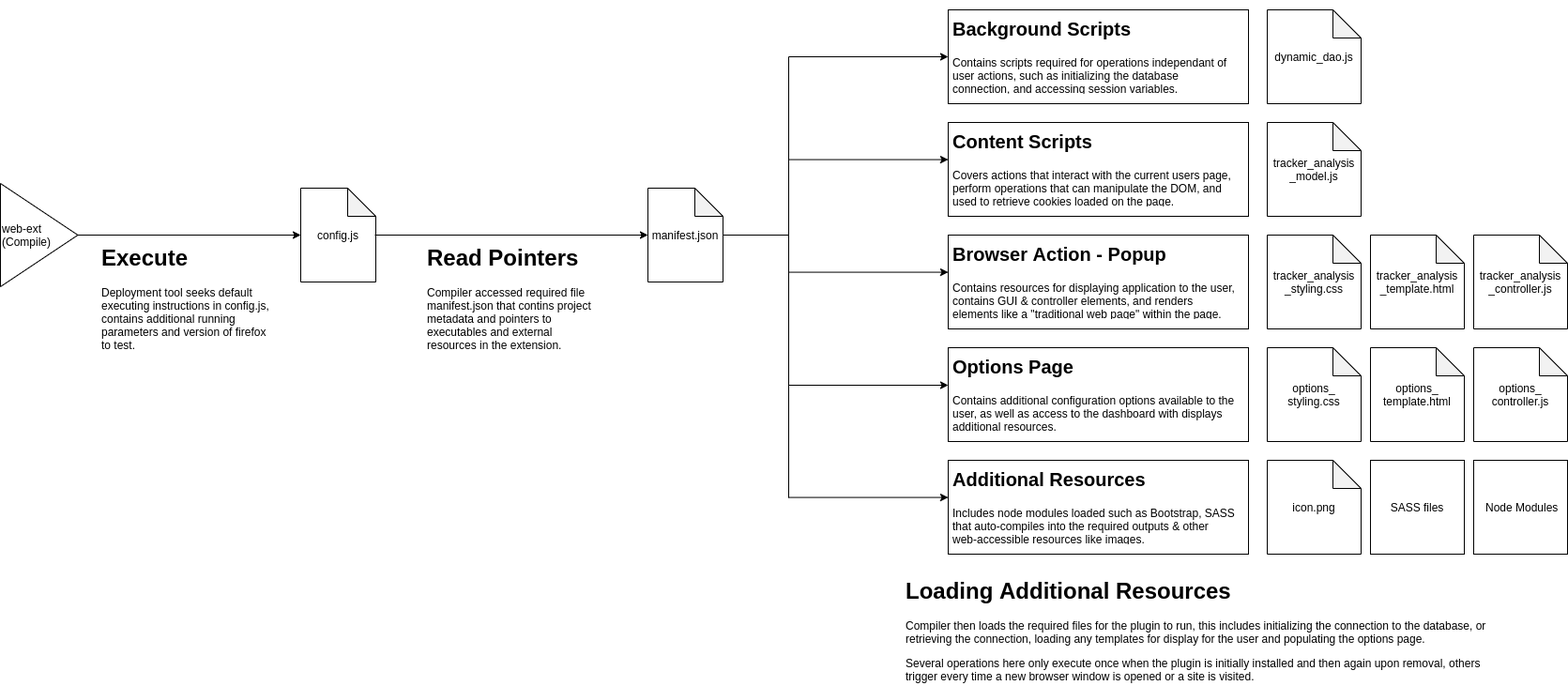
19ATF72/Telemetry-Analysis keeps this draw.io diagram as documentation/System-Overview/TA-Project-Overview.png. Above is the earlier version. Source tidied: cells renumbered, new cells last; positions are measured from the earlier drawing's top-left corner, leaving out a move shared by most shapes. Its diagram source:
```xml
<mxGraphModel>
  <root>
    <mxCell id="0" />
    <mxCell id="1" parent="0" />
    <mxCell id="2" value="manifest.json" style="shape=note;whiteSpace=wrap;html=1;backgroundOutline=1;darkOpacity=0.05;" parent="1" vertex="1">
      <mxGeometry x="690" y="190" width="80" height="100" as="geometry" />
    </mxCell>
    <mxCell id="3" value="config.js" style="shape=note;whiteSpace=wrap;html=1;backgroundOutline=1;darkOpacity=0.05;" parent="1" vertex="1">
      <mxGeometry x="320" y="190" width="80" height="100" as="geometry" />
    </mxCell>
    <mxCell id="4" value="web-ext&lt;br&gt;(Compile)" style="triangle;whiteSpace=wrap;html=1;align=left;" parent="1" vertex="1">
      <mxGeometry y="185" width="82.5" height="110" as="geometry" />
    </mxCell>
    <mxCell id="5" style="endArrow=classic;html=1;exitX=1;exitY=0.5;exitDx=0;exitDy=0;entryX=0;entryY=0.5;entryDx=0;entryDy=0;entryPerimeter=0;" parent="1" edge="1" source="4" target="3">
      <mxGeometry relative="1" as="geometry" />
    </mxCell>
    <mxCell id="6" value="&lt;h1&gt;Execute&lt;/h1&gt;&lt;div&gt;Deployment tool seeks default executing instructions in config.js, contains additional running parameters and version of firefox to test.&lt;/div&gt;&lt;div&gt;&lt;br&gt;&lt;/div&gt;" style="text;html=1;strokeColor=none;fillColor=none;spacing=5;spacingTop=-20;whiteSpace=wrap;overflow=hidden;rounded=0;" parent="1" vertex="1">
      <mxGeometry x="103" y="245" width="190" height="120" as="geometry" />
    </mxCell>
    <mxCell id="7" style="endArrow=classic;html=1;exitX=0.988;exitY=0.5;exitDx=0;exitDy=0;exitPerimeter=0;entryX=0;entryY=0.5;entryDx=0;entryDy=0;entryPerimeter=0;" parent="1" edge="1" source="3" target="2">
      <mxGeometry relative="1" as="geometry" />
    </mxCell>
    <mxCell id="8" value="&lt;h1&gt;Read Pointers&lt;/h1&gt;&lt;p&gt;Compiler accessed required file manifest.json that contins project metadata and pointers to executables and external resources in the extension.&lt;/p&gt;" style="text;html=1;strokeColor=none;fillColor=none;spacing=5;spacingTop=-20;whiteSpace=wrap;overflow=hidden;rounded=0;" parent="1" vertex="1">
      <mxGeometry x="450" y="245" width="190" height="120" as="geometry" />
    </mxCell>
    <mxCell id="9" style="rounded=0;whiteSpace=wrap;html=1;" parent="1" vertex="1">
      <mxGeometry x="1010" width="320" height="100" as="geometry" />
    </mxCell>
    <mxCell id="10" style="rounded=0;whiteSpace=wrap;html=1;" parent="1" vertex="1">
      <mxGeometry x="1010" y="120" width="320" height="100" as="geometry" />
    </mxCell>
    <mxCell id="11" style="rounded=0;whiteSpace=wrap;html=1;" parent="1" vertex="1">
      <mxGeometry x="1010" y="240" width="320" height="100" as="geometry" />
    </mxCell>
    <mxCell id="12" style="rounded=0;whiteSpace=wrap;html=1;" parent="1" vertex="1">
      <mxGeometry x="1010" y="360" width="320" height="100" as="geometry" />
    </mxCell>
    <mxCell id="13" style="rounded=0;whiteSpace=wrap;html=1;" parent="1" vertex="1">
      <mxGeometry x="1010" y="480" width="320" height="100" as="geometry" />
    </mxCell>
    <mxCell id="14" style="endArrow=none;html=1;exitX=1;exitY=0.5;exitDx=0;exitDy=0;exitPerimeter=0;" parent="1" edge="1">
      <mxGeometry relative="1" as="geometry">
        <mxPoint x="770" y="240" as="sourcePoint" />
        <mxPoint x="840" y="240" as="targetPoint" />
      </mxGeometry>
    </mxCell>
    <mxCell id="15" style="endArrow=none;html=1;" parent="1" edge="1">
      <mxGeometry relative="1" as="geometry">
        <mxPoint x="840" y="520" as="sourcePoint" />
        <mxPoint x="840" y="50" as="targetPoint" />
      </mxGeometry>
    </mxCell>
    <mxCell id="16" style="endArrow=classic;html=1;entryX=0;entryY=0.5;entryDx=0;entryDy=0;" parent="1" edge="1" target="9">
      <mxGeometry relative="1" as="geometry">
        <mxPoint x="840" y="50" as="sourcePoint" />
      </mxGeometry>
    </mxCell>
    <mxCell id="17" style="endArrow=classic;html=1;entryX=0;entryY=0.5;entryDx=0;entryDy=0;" parent="1" edge="1">
      <mxGeometry relative="1" as="geometry">
        <mxPoint x="840" y="159.6" as="sourcePoint" />
        <mxPoint x="1010" y="159.6" as="targetPoint" />
      </mxGeometry>
    </mxCell>
    <mxCell id="18" style="endArrow=classic;html=1;entryX=0;entryY=0.5;entryDx=0;entryDy=0;" parent="1" edge="1">
      <mxGeometry relative="1" as="geometry">
        <mxPoint x="840" y="279.6" as="sourcePoint" />
        <mxPoint x="1010" y="279.6" as="targetPoint" />
      </mxGeometry>
    </mxCell>
    <mxCell id="19" style="endArrow=classic;html=1;entryX=0;entryY=0.5;entryDx=0;entryDy=0;" parent="1" edge="1">
      <mxGeometry relative="1" as="geometry">
        <mxPoint x="840" y="400" as="sourcePoint" />
        <mxPoint x="1010" y="400" as="targetPoint" />
      </mxGeometry>
    </mxCell>
    <mxCell id="20" style="endArrow=classic;html=1;entryX=0;entryY=0.5;entryDx=0;entryDy=0;" parent="1" edge="1">
      <mxGeometry relative="1" as="geometry">
        <mxPoint x="840" y="519.6" as="sourcePoint" />
        <mxPoint x="1010" y="519.6" as="targetPoint" />
      </mxGeometry>
    </mxCell>
    <mxCell id="21" value="&lt;p style=&quot;line-height: 100%&quot;&gt;&lt;/p&gt;&lt;h1&gt;&lt;font style=&quot;font-size: 20px ; line-height: 60%&quot;&gt;Background Scripts&lt;/font&gt;&lt;/h1&gt;&lt;p&gt;Contains scripts required for operations independant of user actions, such as initializing the database connection, and accessing session variables.&lt;/p&gt;&lt;p&gt;&lt;/p&gt;" style="text;html=1;strokeColor=none;fillColor=none;spacing=5;spacingTop=-20;whiteSpace=wrap;overflow=hidden;rounded=0;" parent="1" vertex="1">
      <mxGeometry x="1010" width="310" height="90" as="geometry" />
    </mxCell>
    <mxCell id="22" value="&lt;p style=&quot;line-height: 100%&quot;&gt;&lt;/p&gt;&lt;h1&gt;&lt;font style=&quot;font-size: 20px ; line-height: 60%&quot;&gt;Content Scripts&lt;/font&gt;&lt;/h1&gt;&lt;p&gt;Covers actions that interact with the current users page, perform operations that can manipulate the DOM, and used to retrieve cookies loaded on the page.&lt;/p&gt;&lt;p&gt;&lt;/p&gt;" style="text;html=1;strokeColor=none;fillColor=none;spacing=5;spacingTop=-20;whiteSpace=wrap;overflow=hidden;rounded=0;" parent="1" vertex="1">
      <mxGeometry x="1010" y="120" width="310" height="90" as="geometry" />
    </mxCell>
    <mxCell id="23" value="&lt;p style=&quot;line-height: 100%&quot;&gt;&lt;/p&gt;&lt;h1&gt;&lt;font style=&quot;font-size: 20px ; line-height: 60%&quot;&gt;Browser Action - Popup&lt;/font&gt;&lt;/h1&gt;&lt;p&gt;Contains resources for displaying application to the user, contains GUI &amp;amp; controller elements, and renders elements like a &quot;traditional web page&quot; within the page.&amp;nbsp;&lt;/p&gt;&lt;p&gt;&lt;/p&gt;" style="text;html=1;strokeColor=none;fillColor=none;spacing=5;spacingTop=-20;whiteSpace=wrap;overflow=hidden;rounded=0;" parent="1" vertex="1">
      <mxGeometry x="1010" y="240" width="310" height="90" as="geometry" />
    </mxCell>
    <mxCell id="24" value="&lt;p style=&quot;line-height: 100%&quot;&gt;&lt;/p&gt;&lt;h1&gt;&lt;font style=&quot;font-size: 20px ; line-height: 60%&quot;&gt;Options Page&lt;/font&gt;&lt;/h1&gt;&lt;p&gt;Contains additional configuration options available to the user, as well as access to the dashboard with displays additional resources.&lt;/p&gt;&lt;p&gt;&lt;/p&gt;" style="text;html=1;strokeColor=none;fillColor=none;spacing=5;spacingTop=-20;whiteSpace=wrap;overflow=hidden;rounded=0;" parent="1" vertex="1">
      <mxGeometry x="1010" y="360" width="310" height="90" as="geometry" />
    </mxCell>
    <mxCell id="25" value="&lt;p style=&quot;line-height: 100%&quot;&gt;&lt;/p&gt;&lt;h1&gt;&lt;font style=&quot;font-size: 20px ; line-height: 60%&quot;&gt;Additional Resources&lt;/font&gt;&lt;/h1&gt;&lt;p&gt;Includes node modules loaded such as Bootstrap, SASS that auto-compiles into the required outputs &amp;amp; other web-accessible resources like images.&lt;/p&gt;&lt;p&gt;&lt;/p&gt;" style="text;html=1;strokeColor=none;fillColor=none;spacing=5;spacingTop=-20;whiteSpace=wrap;overflow=hidden;rounded=0;" parent="1" vertex="1">
      <mxGeometry x="1010" y="480" width="310" height="90" as="geometry" />
    </mxCell>
    <mxCell id="26" value="dynamic_dao.js" style="shape=note;whiteSpace=wrap;html=1;backgroundOutline=1;darkOpacity=0.05;" parent="1" vertex="1">
      <mxGeometry x="1350" width="100" height="100" as="geometry" />
    </mxCell>
    <mxCell id="27" value="tracker_analysis&lt;br&gt;_model.js" style="shape=note;whiteSpace=wrap;html=1;backgroundOutline=1;darkOpacity=0.05;" parent="1" vertex="1">
      <mxGeometry x="1350" y="120" width="100" height="100" as="geometry" />
    </mxCell>
    <mxCell id="28" value="tracker_analysis&lt;br&gt;_styling.css" style="shape=note;whiteSpace=wrap;html=1;backgroundOutline=1;darkOpacity=0.05;" parent="1" vertex="1">
      <mxGeometry x="1350" y="240" width="100" height="100" as="geometry" />
    </mxCell>
    <mxCell id="29" value="options_&lt;br&gt;template.html" style="shape=note;whiteSpace=wrap;html=1;backgroundOutline=1;darkOpacity=0.05;" parent="1" vertex="1">
      <mxGeometry x="1460" y="360" width="100" height="100" as="geometry" />
    </mxCell>
    <mxCell id="30" value="icon.png" style="shape=note;whiteSpace=wrap;html=1;backgroundOutline=1;darkOpacity=0.05;" parent="1" vertex="1">
      <mxGeometry x="1350" y="480" width="100" height="100" as="geometry" />
    </mxCell>
    <mxCell id="31" value="tracker_analysis&lt;br&gt;_template.html" style="shape=note;whiteSpace=wrap;html=1;backgroundOutline=1;darkOpacity=0.05;" parent="1" vertex="1">
      <mxGeometry x="1460" y="240" width="100" height="100" as="geometry" />
    </mxCell>
    <mxCell id="32" value="tracker_analysis&lt;br&gt;_controller.js" style="shape=note;whiteSpace=wrap;html=1;backgroundOutline=1;darkOpacity=0.05;" parent="1" vertex="1">
      <mxGeometry x="1570" y="240" width="100" height="100" as="geometry" />
    </mxCell>
    <mxCell id="33" value="options_&lt;br&gt;controller.js" style="shape=note;whiteSpace=wrap;html=1;backgroundOutline=1;darkOpacity=0.05;" parent="1" vertex="1">
      <mxGeometry x="1570" y="360" width="100" height="100" as="geometry" />
    </mxCell>
    <mxCell id="34" value="options_&lt;br&gt;styling.css" style="shape=note;whiteSpace=wrap;html=1;backgroundOutline=1;darkOpacity=0.05;" parent="1" vertex="1">
      <mxGeometry x="1350" y="360" width="100" height="100" as="geometry" />
    </mxCell>
    <mxCell id="35" value="SASS files" style="whiteSpace=wrap;html=1;" parent="1" vertex="1">
      <mxGeometry x="1460" y="480" width="100" height="100" as="geometry" />
    </mxCell>
    <mxCell id="36" value="&amp;nbsp;Node Modules" style="whiteSpace=wrap;html=1;" parent="1" vertex="1">
      <mxGeometry x="1570" y="480" width="100" height="100" as="geometry" />
    </mxCell>
    <mxCell id="37" value="&lt;h1&gt;Loading Additional Resources&lt;/h1&gt;&lt;p&gt;Compiler then loads the required files for the plugin to run, this includes initializing the connection to the database, or retrieving the connection, loading any templates for display for the user and populating the options page.&lt;/p&gt;&lt;p&gt;Several operations here only execute once when the plugin is initially installed and then again upon removal, others trigger every time a new browser window is opened or a site is visited.&lt;/p&gt;&lt;p&gt;&lt;br&gt;&lt;/p&gt;" style="text;html=1;strokeColor=none;fillColor=none;spacing=5;spacingTop=-20;whiteSpace=wrap;overflow=hidden;rounded=0;" parent="1" vertex="1">
      <mxGeometry x="960" y="600" width="630" height="120" as="geometry" />
    </mxCell>
  </root>
</mxGraphModel>
```
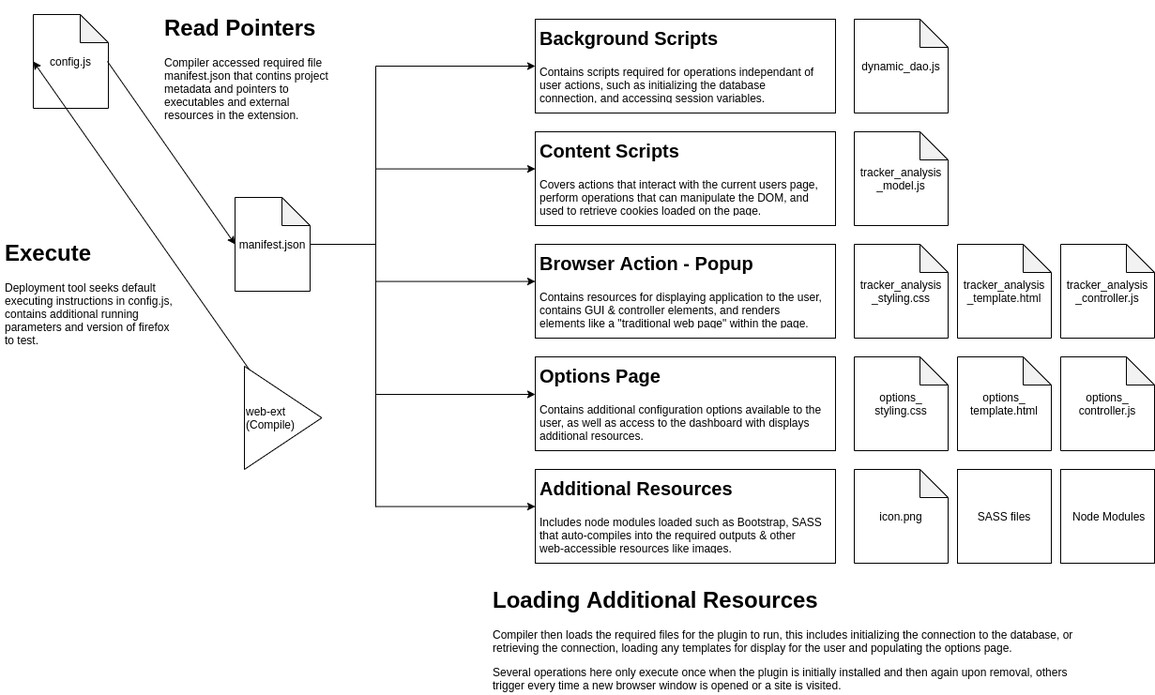
After the commit.

The edit, as a diff of the source:
```diff
@@ -6,22 +6,22 @@
       <mxGeometry x="690" y="190" width="80" height="100" as="geometry" />
     </mxCell>
     <mxCell id="3" value="config.js" style="shape=note;whiteSpace=wrap;html=1;backgroundOutline=1;darkOpacity=0.05;" parent="1" vertex="1">
-      <mxGeometry x="320" y="190" width="80" height="100" as="geometry" />
+      <mxGeometry x="475" y="-5" width="80" height="100" as="geometry" />
     </mxCell>
     <mxCell id="4" value="web-ext&lt;br&gt;(Compile)" style="triangle;whiteSpace=wrap;html=1;align=left;" parent="1" vertex="1">
-      <mxGeometry y="185" width="82.5" height="110" as="geometry" />
+      <mxGeometry x="700" y="370" width="82.5" height="110" as="geometry" />
     </mxCell>
-    <mxCell id="5" style="endArrow=classic;html=1;exitX=1;exitY=0.5;exitDx=0;exitDy=0;entryX=0;entryY=0.5;entryDx=0;entryDy=0;entryPerimeter=0;" parent="1" edge="1" source="4" target="3">
+    <mxCell id="5" style="endArrow=classic;html=1;entryX=0;entryY=0.5;entryDx=0;entryDy=0;entryPerimeter=0;" parent="1" edge="1" source="4" target="3">
       <mxGeometry relative="1" as="geometry" />
     </mxCell>
     <mxCell id="6" value="&lt;h1&gt;Execute&lt;/h1&gt;&lt;div&gt;Deployment tool seeks default executing instructions in config.js, contains additional running parameters and version of firefox to test.&lt;/div&gt;&lt;div&gt;&lt;br&gt;&lt;/div&gt;" style="text;html=1;strokeColor=none;fillColor=none;spacing=5;spacingTop=-20;whiteSpace=wrap;overflow=hidden;rounded=0;" parent="1" vertex="1">
-      <mxGeometry x="103" y="245" width="190" height="120" as="geometry" />
+      <mxGeometry x="440" y="230" width="190" height="120" as="geometry" />
     </mxCell>
     <mxCell id="7" style="endArrow=classic;html=1;exitX=0.988;exitY=0.5;exitDx=0;exitDy=0;exitPerimeter=0;entryX=0;entryY=0.5;entryDx=0;entryDy=0;entryPerimeter=0;" parent="1" edge="1" source="3" target="2">
       <mxGeometry relative="1" as="geometry" />
     </mxCell>
     <mxCell id="8" value="&lt;h1&gt;Read Pointers&lt;/h1&gt;&lt;p&gt;Compiler accessed required file manifest.json that contins project metadata and pointers to executables and external resources in the extension.&lt;/p&gt;" style="text;html=1;strokeColor=none;fillColor=none;spacing=5;spacingTop=-20;whiteSpace=wrap;overflow=hidden;rounded=0;" parent="1" vertex="1">
-      <mxGeometry x="450" y="245" width="190" height="120" as="geometry" />
+      <mxGeometry x="610" y="-10" width="190" height="120" as="geometry" />
     </mxCell>
     <mxCell id="9" style="rounded=0;whiteSpace=wrap;html=1;" parent="1" vertex="1">
       <mxGeometry x="1010" width="320" height="100" as="geometry" />
```
